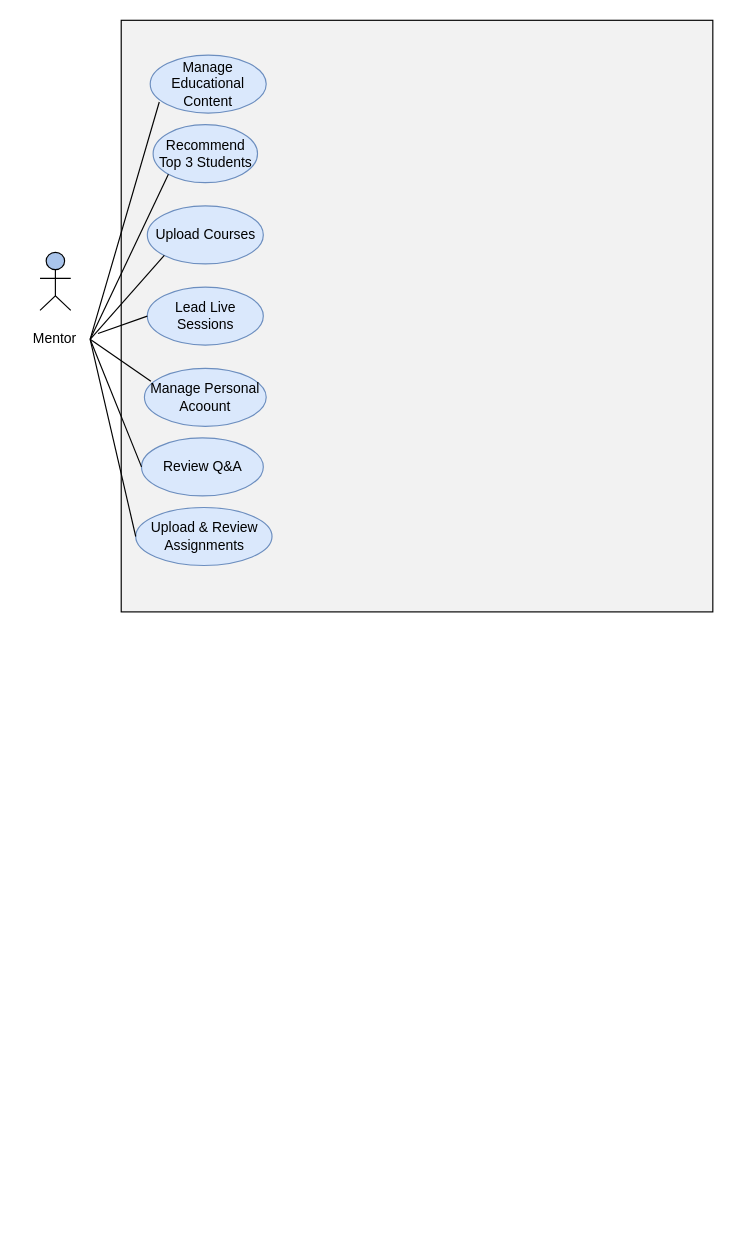
The draw.io diagram usecase.drawio in mawadaelmeshad/Car_Sales_Company, before the edit. Source tidied: cells renumbered, new cells numbered last; positions are measured from the earlier drawing's top-left corner, leaving out a move shared by most shapes. Both pictures are drawn from the tidied source at 116%, with x=0, y=0 at pixel (20, 20).
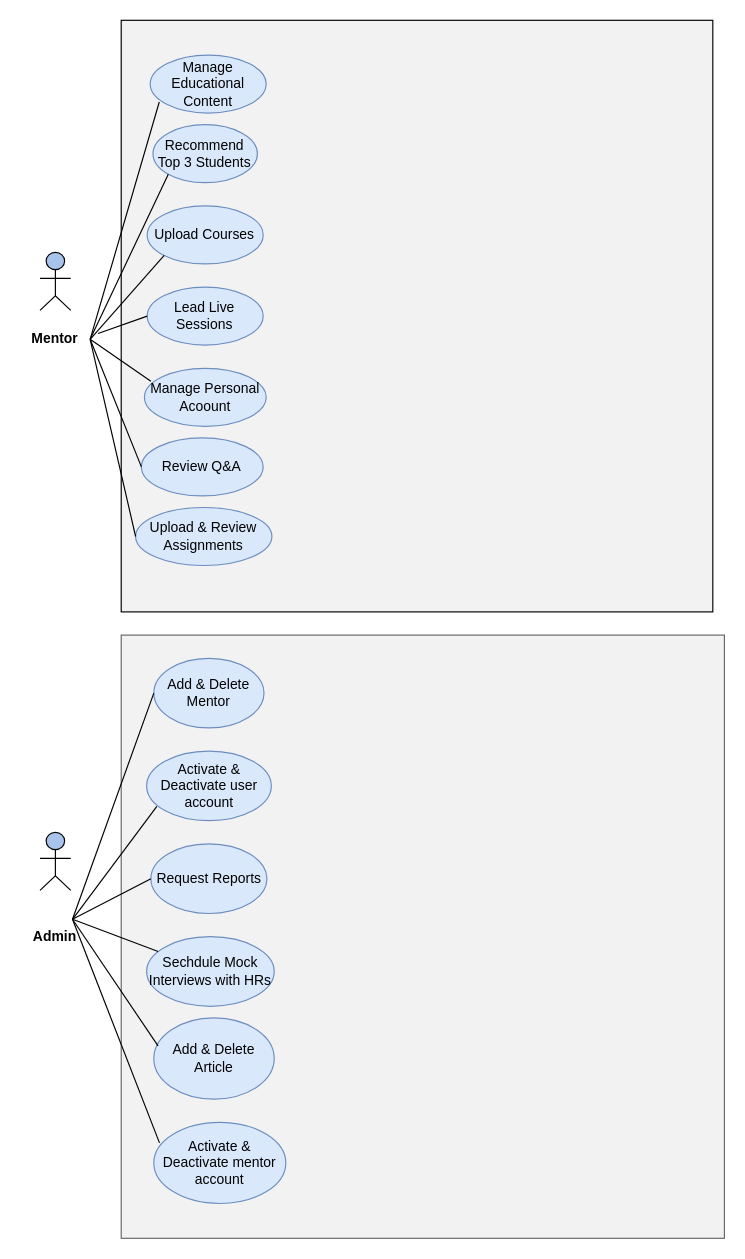
The same diagram, later.

Diff of the diagram source:
```diff
@@
+    <mxCell id="20" style="group;" parent="1" vertex="1">
+      <mxGeometry x="0.2" width="596.8" height="510" as="geometry" />
+    </mxCell>
-    <mxCell id="2" style="whiteSpace=wrap;html=1;fillColor=#F2F2F2;" parent="1" vertex="1">
-      <mxGeometry x="87" width="510" height="510" as="geometry" />
+    <mxCell id="2" style="whiteSpace=wrap;html=1;fillColor=#F2F2F2;" parent="20" vertex="1">
+      <mxGeometry x="86.8" width="510" height="510" as="geometry" />
     </mxCell>
-    <mxCell id="3" style="group;" parent="1" vertex="1">
-      <mxGeometry x="0.2" y="200" width="60" height="90" as="geometry" />
+    <mxCell id="3" style="group;" parent="20" vertex="1">
+      <mxGeometry y="200" width="60" height="90" as="geometry" />
     </mxCell>
-    <mxCell id="4" value="Mentor" style="text;html=1;align=center;verticalAlign=middle;whiteSpace=wrap;rounded=0;" parent="3" vertex="1">
+    <mxCell id="4" value="&lt;b&gt;Mentor&lt;/b&gt;" style="text;html=1;align=center;verticalAlign=middle;whiteSpace=wrap;rounded=0;" parent="3" vertex="1">
       <mxGeometry y="60" width="60" height="30" as="geometry" />
     </mxCell>
@@
-    <mxCell id="6" value="Manage Educational Content" style="ellipse;whiteSpace=wrap;html=1;fillColor=#dae8fc;strokeColor=#6c8ebf;" parent="1" vertex="1">
-      <mxGeometry x="112" y="30" width="100" height="50" as="geometry" />
+    <mxCell id="6" value="Manage Educational Content" style="ellipse;whiteSpace=wrap;html=1;fillColor=#dae8fc;strokeColor=#6c8ebf;" parent="20" vertex="1">
+      <mxGeometry x="111.8" y="30" width="100" height="50" as="geometry" />
     </mxCell>
-    <mxCell id="7" value="Recommend Top 3 Students" style="ellipse;whiteSpace=wrap;html=1;fillColor=#dae8fc;strokeColor=#6c8ebf;" parent="1" vertex="1">
-      <mxGeometry x="114.5" y="90" width="90" height="50" as="geometry" />
+    <mxCell id="7" value="Recommend Top 3 Students" style="ellipse;whiteSpace=wrap;html=1;fillColor=#dae8fc;strokeColor=#6c8ebf;" parent="20" vertex="1">
+      <mxGeometry x="114.2" y="90" width="90" height="50" as="geometry" />
     </mxCell>
-    <mxCell id="8" value="Upload Courses" style="ellipse;whiteSpace=wrap;html=1;fillColor=#dae8fc;strokeColor=#6c8ebf;" parent="1" vertex="1">
-      <mxGeometry x="109.5" y="160" width="100" height="50" as="geometry" />
+    <mxCell id="8" value="Upload Courses" style="ellipse;whiteSpace=wrap;html=1;fillColor=#dae8fc;strokeColor=#6c8ebf;" parent="20" vertex="1">
+      <mxGeometry x="109.2" y="160" width="100" height="50" as="geometry" />
     </mxCell>
-    <mxCell id="9" value="Lead Live Sessions" style="ellipse;whiteSpace=wrap;html=1;fillColor=#dae8fc;strokeColor=#6c8ebf;" parent="1" vertex="1">
-      <mxGeometry x="109.5" y="230" width="100" height="50" as="geometry" />
+    <mxCell id="9" value="Lead Live Sessions" style="ellipse;whiteSpace=wrap;html=1;fillColor=#dae8fc;strokeColor=#6c8ebf;" parent="20" vertex="1">
+      <mxGeometry x="109.2" y="230" width="100" height="50" as="geometry" />
     </mxCell>
-    <mxCell id="10" value="Manage Personal Acoount" style="ellipse;whiteSpace=wrap;html=1;fillColor=#dae8fc;strokeColor=#6c8ebf;" parent="1" vertex="1">
-      <mxGeometry x="107" y="300" width="105" height="50" as="geometry" />
+    <mxCell id="10" value="Manage Personal Acoount" style="ellipse;whiteSpace=wrap;html=1;fillColor=#dae8fc;strokeColor=#6c8ebf;" parent="20" vertex="1">
+      <mxGeometry x="106.8" y="300" width="105" height="50" as="geometry" />
     </mxCell>
-    <mxCell id="11" value="Review Q&amp;amp;A" style="ellipse;whiteSpace=wrap;html=1;fillColor=#dae8fc;strokeColor=#6c8ebf;" parent="1" vertex="1">
-      <mxGeometry x="104.5" y="360" width="105" height="50" as="geometry" />
+    <mxCell id="11" value="Review Q&amp;amp;A" style="ellipse;whiteSpace=wrap;html=1;fillColor=#dae8fc;strokeColor=#6c8ebf;" parent="20" vertex="1">
+      <mxGeometry x="104.2" y="360" width="105" height="50" as="geometry" />
     </mxCell>
-    <mxCell id="12" value="Upload &amp;amp; Review Assignments" style="ellipse;whiteSpace=wrap;html=1;fillColor=#dae8fc;strokeColor=#6c8ebf;" parent="1" vertex="1">
-      <mxGeometry x="99.5" y="420" width="117.5" height="50" as="geometry" />
+    <mxCell id="12" value="Upload &amp;amp; Review Assignments" style="ellipse;whiteSpace=wrap;html=1;fillColor=#dae8fc;strokeColor=#6c8ebf;" parent="20" vertex="1">
+      <mxGeometry x="99.2" y="420" width="117.5" height="50" as="geometry" />
     </mxCell>
-    <mxCell id="13" style="endArrow=none;html=1;rounded=0;exitX=1;exitY=0.5;exitDx=0;exitDy=0;entryX=0.078;entryY=0.808;entryDx=0;entryDy=0;entryPerimeter=0;" parent="1" edge="1" source="4" target="6">
+    <mxCell id="13" style="endArrow=none;html=1;rounded=0;exitX=1;exitY=0.5;exitDx=0;exitDy=0;entryX=0.078;entryY=0.808;entryDx=0;entryDy=0;entryPerimeter=0;" parent="20" edge="1" source="4" target="6">
       <mxGeometry relative="1" as="geometry" />
     </mxCell>
-    <mxCell id="14" style="endArrow=none;html=1;rounded=0;exitX=1;exitY=0.5;exitDx=0;exitDy=0;entryX=0;entryY=1;entryDx=0;entryDy=0;" parent="1" edge="1" source="4" target="7">
+    <mxCell id="14" style="endArrow=none;html=1;rounded=0;exitX=1;exitY=0.5;exitDx=0;exitDy=0;entryX=0;entryY=1;entryDx=0;entryDy=0;" parent="20" edge="1" source="4" target="7">
       <mxGeometry relative="1" as="geometry" />
     </mxCell>
-    <mxCell id="15" style="endArrow=none;html=1;rounded=0;exitX=1;exitY=0.5;exitDx=0;exitDy=0;entryX=0;entryY=1;entryDx=0;entryDy=0;" parent="1" edge="1" source="4" target="8">
+    <mxCell id="15" style="endArrow=none;html=1;rounded=0;exitX=1;exitY=0.5;exitDx=0;exitDy=0;entryX=0;entryY=1;entryDx=0;entryDy=0;" parent="20" edge="1" source="4" target="8">
       <mxGeometry relative="1" as="geometry" />
     </mxCell>
-    <mxCell id="16" style="endArrow=none;html=1;rounded=0;entryX=0;entryY=0.5;entryDx=0;entryDy=0;" parent="1" edge="1" target="9">
+    <mxCell id="16" style="endArrow=none;html=1;rounded=0;entryX=0;entryY=0.5;entryDx=0;entryDy=0;" parent="20" edge="1" target="9">
       <mxGeometry relative="1" as="geometry">
-        <mxPoint x="67" y="270" as="sourcePoint" />
+        <mxPoint x="66.8" y="270" as="sourcePoint" />
       </mxGeometry>
     </mxCell>
-    <mxCell id="17" style="endArrow=none;html=1;rounded=0;exitX=1;exitY=0.5;exitDx=0;exitDy=0;entryX=0.053;entryY=0.224;entryDx=0;entryDy=0;entryPerimeter=0;" parent="1" edge="1" source="4" target="10">
+    <mxCell id="17" style="endArrow=none;html=1;rounded=0;exitX=1;exitY=0.5;exitDx=0;exitDy=0;entryX=0.053;entryY=0.224;entryDx=0;entryDy=0;entryPerimeter=0;" parent="20" edge="1" source="4" target="10">
       <mxGeometry relative="1" as="geometry" />
     </mxCell>
-    <mxCell id="18" style="endArrow=none;html=1;rounded=0;exitX=1;exitY=0.5;exitDx=0;exitDy=0;entryX=0;entryY=0.5;entryDx=0;entryDy=0;" parent="1" edge="1" source="4" target="11">
+    <mxCell id="18" style="endArrow=none;html=1;rounded=0;exitX=1;exitY=0.5;exitDx=0;exitDy=0;entryX=0;entryY=0.5;entryDx=0;entryDy=0;" parent="20" edge="1" source="4" target="11">
       <mxGeometry relative="1" as="geometry" />
     </mxCell>
-    <mxCell id="19" style="endArrow=none;html=1;rounded=0;exitX=1;exitY=0.5;exitDx=0;exitDy=0;entryX=0;entryY=0.5;entryDx=0;entryDy=0;" parent="1" edge="1" source="4" target="12">
+    <mxCell id="19" style="endArrow=none;html=1;rounded=0;exitX=1;exitY=0.5;exitDx=0;exitDy=0;entryX=0;entryY=0.5;entryDx=0;entryDy=0;" parent="20" edge="1" source="4" target="12">
       <mxGeometry relative="1" as="geometry" />
     </mxCell>
+    <mxCell id="21" style="whiteSpace=wrap;html=1;fillColor=#F2F2F2;fontColor=#333333;strokeColor=#666666;" parent="1" vertex="1">
+      <mxGeometry x="87" y="530" width="520" height="520" as="geometry" />
+    </mxCell>
+    <mxCell id="22" style="group;" parent="1" vertex="1">
+      <mxGeometry y="550" width="228.9" height="470" as="geometry" />
+    </mxCell>
+    <mxCell id="23" style="html=1;whiteSpace=wrap;fillColor=#A9C4EB;verticalLabelPosition=bottom;verticalAlign=top;align=center;shape=mxgraph.archimate3.actor;" parent="22" vertex="1">
+      <mxGeometry x="17" y="150" width="26.5" height="50" as="geometry" />
+    </mxCell>
+    <mxCell id="24" value="&lt;b&gt;Admin&lt;/b&gt;" style="text;html=1;align=center;verticalAlign=middle;whiteSpace=wrap;rounded=0;" parent="22" vertex="1">
+      <mxGeometry y="225" width="60" height="30" as="geometry" />
+    </mxCell>
+    <mxCell id="25" value="Add &amp;amp; Delete Mentor" style="ellipse;whiteSpace=wrap;html=1;fillColor=#dae8fc;strokeColor=#6c8ebf;" parent="22" vertex="1">
+      <mxGeometry x="115.1" width="95" height="60" as="geometry" />
+    </mxCell>
+    <mxCell id="26" value="Activate &amp;amp; Deactivate user account" style="ellipse;whiteSpace=wrap;html=1;fillColor=#dae8fc;strokeColor=#6c8ebf;" parent="22" vertex="1">
+      <mxGeometry x="108.9" y="80" width="107.5" height="60" as="geometry" />
+    </mxCell>
+    <mxCell id="27" value="Request Reports" style="ellipse;whiteSpace=wrap;html=1;fillColor=#dae8fc;strokeColor=#6c8ebf;" parent="22" vertex="1">
+      <mxGeometry x="112.6" y="160" width="100" height="60" as="geometry" />
+    </mxCell>
+    <mxCell id="28" value="Sechdule Mock Interviews with HRs" style="ellipse;whiteSpace=wrap;html=1;fillColor=#dae8fc;strokeColor=#6c8ebf;" parent="22" vertex="1">
+      <mxGeometry x="108.9" y="240" width="110" height="60" as="geometry" />
+    </mxCell>
+    <mxCell id="29" value="Add &amp;amp; Delete Article" style="ellipse;whiteSpace=wrap;html=1;fillColor=#dae8fc;strokeColor=#6c8ebf;" parent="22" vertex="1">
+      <mxGeometry x="115.1" y="310" width="103.8" height="70" as="geometry" />
+    </mxCell>
+    <mxCell id="30" value="Activate &amp;amp; Deactivate mentor account" style="ellipse;whiteSpace=wrap;html=1;fillColor=#dae8fc;strokeColor=#6c8ebf;" parent="22" vertex="1">
+      <mxGeometry x="115.1" y="400" width="113.8" height="70" as="geometry" />
+    </mxCell>
+    <mxCell id="31" style="endArrow=none;html=1;rounded=0;entryX=0;entryY=0.5;entryDx=0;entryDy=0;exitX=0.75;exitY=0;exitDx=0;exitDy=0;" parent="22" edge="1" source="24" target="25">
+      <mxGeometry relative="1" as="geometry" />
+    </mxCell>
+    <mxCell id="32" style="endArrow=none;html=1;rounded=0;entryX=0.082;entryY=0.793;entryDx=0;entryDy=0;entryPerimeter=0;exitX=0.75;exitY=0;exitDx=0;exitDy=0;" parent="22" edge="1" source="24" target="26">
+      <mxGeometry relative="1" as="geometry" />
+    </mxCell>
+    <mxCell id="33" style="endArrow=none;html=1;rounded=0;entryX=0;entryY=0.5;entryDx=0;entryDy=0;exitX=0.75;exitY=0;exitDx=0;exitDy=0;" parent="22" edge="1" source="24" target="27">
+      <mxGeometry relative="1" as="geometry" />
+    </mxCell>
+    <mxCell id="34" style="endArrow=none;html=1;rounded=0;exitX=0.75;exitY=0;exitDx=0;exitDy=0;" parent="22" edge="1" source="24" target="28">
+      <mxGeometry relative="1" as="geometry" />
+    </mxCell>
+    <mxCell id="35" style="endArrow=none;html=1;rounded=0;entryX=0.035;entryY=0.344;entryDx=0;entryDy=0;entryPerimeter=0;exitX=0.75;exitY=0;exitDx=0;exitDy=0;" parent="22" edge="1" source="24" target="29">
+      <mxGeometry relative="1" as="geometry" />
+    </mxCell>
+    <mxCell id="36" style="endArrow=none;html=1;rounded=0;entryX=0.043;entryY=0.253;entryDx=0;entryDy=0;exitX=0.75;exitY=0;exitDx=0;exitDy=0;entryPerimeter=0;" parent="22" edge="1" source="24" target="30">
+      <mxGeometry relative="1" as="geometry" />
+    </mxCell>
```
